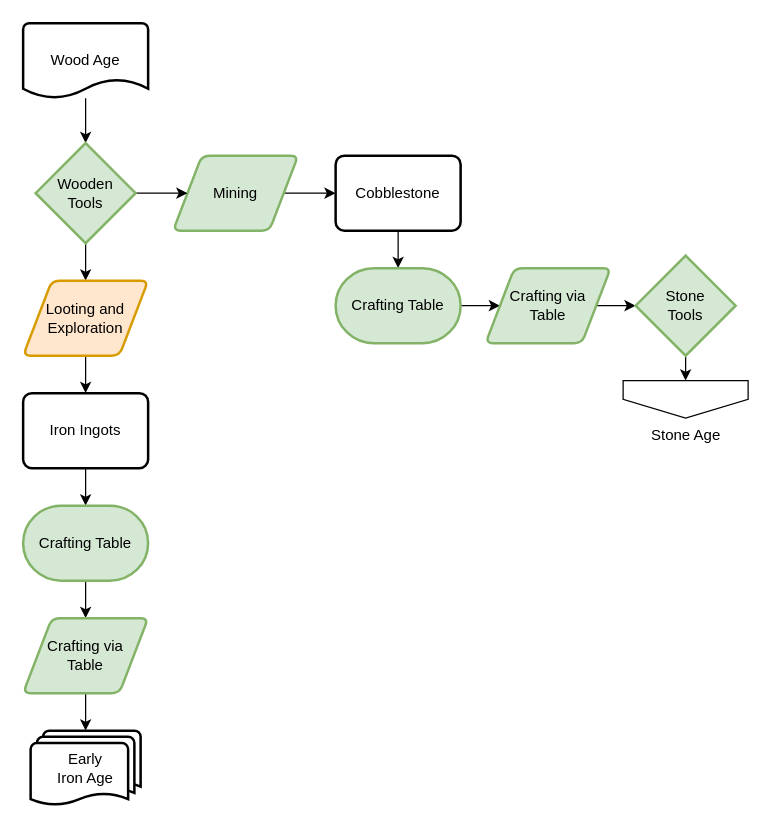
This is page "Wood Age" (4 of 5) of flowcharts/progression.drawio from MeepishRealms/Cog, a draw.io file, before an edit. Source tidied: cells renumbered, new cells numbered last; positions are measured from the earlier drawing's top-left corner, leaving out a move shared by most shapes. Both pictures are drawn from the tidied source at 125%, with x=0, y=0 at pixel (22, 22).
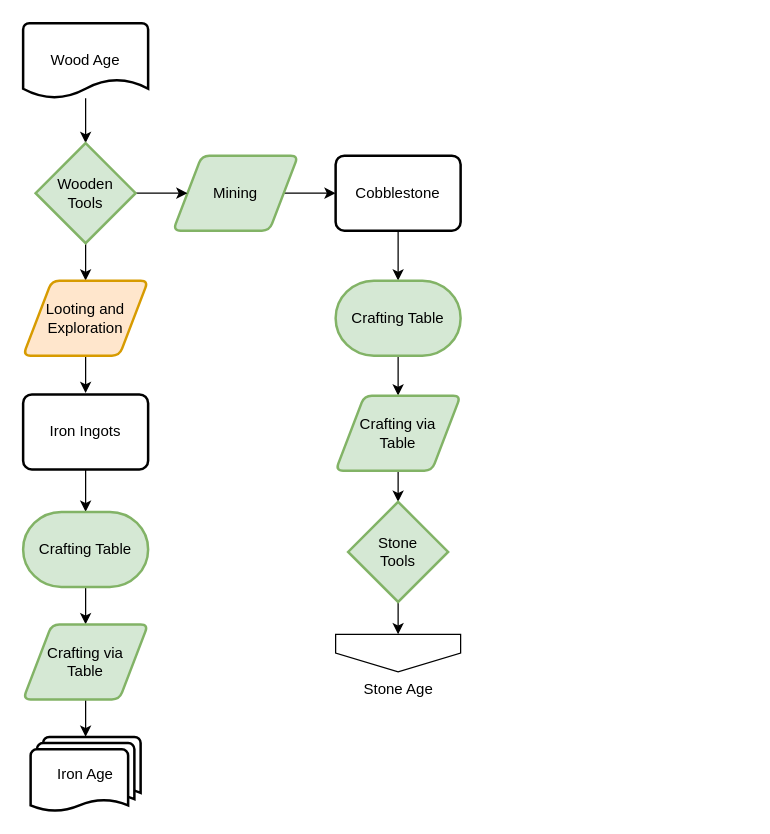
The same page after the edit.

The change refers to these unchanged cells:
```xml
<mxCell id="7" value="Cobblestone" style="rounded=1;whiteSpace=wrap;html=1;absoluteArcSize=1;arcSize=14;strokeWidth=2;" parent="1" vertex="1">
  <mxGeometry x="250" y="106" width="100" height="60" as="geometry" />
</mxCell>
```

Diff of the diagram source:
```diff
@@
-    <mxCell id="6" style="edgeStyle=orthogonalEdgeStyle;rounded=0;jettySize=auto;html=1;" parent="1" edge="1" source="7">
-      <mxGeometry relative="1" as="geometry">
-        <mxPoint x="300" y="196" as="targetPoint" />
-      </mxGeometry>
-    </mxCell>
+    <mxCell id="27" style="edgeStyle=orthogonalEdgeStyle;rounded=0;jettySize=auto;html=1;" parent="1" edge="1" source="7" target="12">
+      <mxGeometry relative="1" as="geometry" />
+    </mxCell>
@@
-    <mxCell id="11" style="edgeStyle=orthogonalEdgeStyle;rounded=0;jettySize=auto;html=1;exitX=1;exitY=0.5;exitDx=0;exitDy=0;exitPerimeter=0;entryX=0;entryY=0.5;entryDx=0;entryDy=0;" parent="1" edge="1" source="12" target="14">
+    <mxCell id="11" style="edgeStyle=orthogonalEdgeStyle;rounded=0;jettySize=auto;html=1;" parent="1" edge="1" source="12" target="14">
       <mxGeometry relative="1" as="geometry" />
     </mxCell>
     <mxCell id="12" value="Crafting Table" style="strokeWidth=2;html=1;shape=mxgraph.flowchart.terminator;whiteSpace=wrap;fillColor=#d5e8d4;strokeColor=#82b366;" parent="1" vertex="1">
-      <mxGeometry x="250" y="196" width="100" height="60" as="geometry" />
+      <mxGeometry x="250" y="206" width="100" height="60" as="geometry" />
     </mxCell>
-    <mxCell id="13" style="edgeStyle=orthogonalEdgeStyle;rounded=0;jettySize=auto;html=1;exitX=1;exitY=0.5;exitDx=0;exitDy=0;entryX=0;entryY=0.5;entryDx=0;entryDy=0;entryPerimeter=0;" parent="1" edge="1" source="14" target="16">
+    <mxCell id="13" style="edgeStyle=orthogonalEdgeStyle;rounded=0;jettySize=auto;html=1;exitX=0.5;exitY=1;exitDx=0;exitDy=0;" parent="1" edge="1" source="14" target="16">
       <mxGeometry relative="1" as="geometry" />
     </mxCell>
     <mxCell id="14" value="Crafting via&lt;br&gt;Table" style="shape=parallelogram;html=1;strokeWidth=2;perimeter=parallelogramPerimeter;whiteSpace=wrap;rounded=1;arcSize=12;size=0.23;fillColor=#d5e8d4;strokeColor=#82b366;" parent="1" vertex="1">
-      <mxGeometry x="370" y="196" width="100" height="60" as="geometry" />
+      <mxGeometry x="250" y="298" width="100" height="60" as="geometry" />
     </mxCell>
@@
     <mxCell id="16" value="Stone&lt;br&gt;Tools" style="strokeWidth=2;html=1;shape=mxgraph.flowchart.decision;whiteSpace=wrap;fillColor=#d5e8d4;strokeColor=#82b366;" parent="1" vertex="1">
-      <mxGeometry x="490" y="186" width="80" height="80" as="geometry" />
+      <mxGeometry x="260" y="383" width="80" height="80" as="geometry" />
     </mxCell>
     <mxCell id="17" value="Stone Age" style="verticalLabelPosition=bottom;verticalAlign=top;html=1;shape=offPageConnector;rounded=0;size=0.5;" parent="1" vertex="1">
-      <mxGeometry x="480" y="286" width="100" height="30" as="geometry" />
+      <mxGeometry x="250" y="489" width="100" height="30" as="geometry" />
     </mxCell>
@@
     <mxCell id="21" value="Iron Ingots" style="rounded=1;whiteSpace=wrap;html=1;absoluteArcSize=1;arcSize=14;strokeWidth=2;" parent="1" vertex="1">
-      <mxGeometry y="296" width="100" height="60" as="geometry" />
+      <mxGeometry y="297" width="100" height="60" as="geometry" />
     </mxCell>
@@
     <mxCell id="23" value="Crafting Table" style="strokeWidth=2;html=1;shape=mxgraph.flowchart.terminator;whiteSpace=wrap;fillColor=#d5e8d4;strokeColor=#82b366;" parent="1" vertex="1">
-      <mxGeometry y="386" width="100" height="60" as="geometry" />
+      <mxGeometry y="391" width="100" height="60" as="geometry" />
     </mxCell>
@@
     <mxCell id="25" value="Crafting via&lt;br&gt;Table" style="shape=parallelogram;html=1;strokeWidth=2;perimeter=parallelogramPerimeter;whiteSpace=wrap;rounded=1;arcSize=12;size=0.23;fillColor=#d5e8d4;strokeColor=#82b366;" parent="1" vertex="1">
-      <mxGeometry y="476" width="100" height="60" as="geometry" />
+      <mxGeometry y="481" width="100" height="60" as="geometry" />
     </mxCell>
-    <mxCell id="26" value="Early&lt;br&gt;Iron Age" style="strokeWidth=2;html=1;shape=mxgraph.flowchart.multi-document;whiteSpace=wrap;" parent="1" vertex="1">
-      <mxGeometry x="6" y="566" width="88" height="60" as="geometry" />
+    <mxCell id="26" value="Iron Age" style="strokeWidth=2;html=1;shape=mxgraph.flowchart.multi-document;whiteSpace=wrap;" parent="1" vertex="1">
+      <mxGeometry x="6" y="571" width="88" height="60" as="geometry" />
     </mxCell>
```
